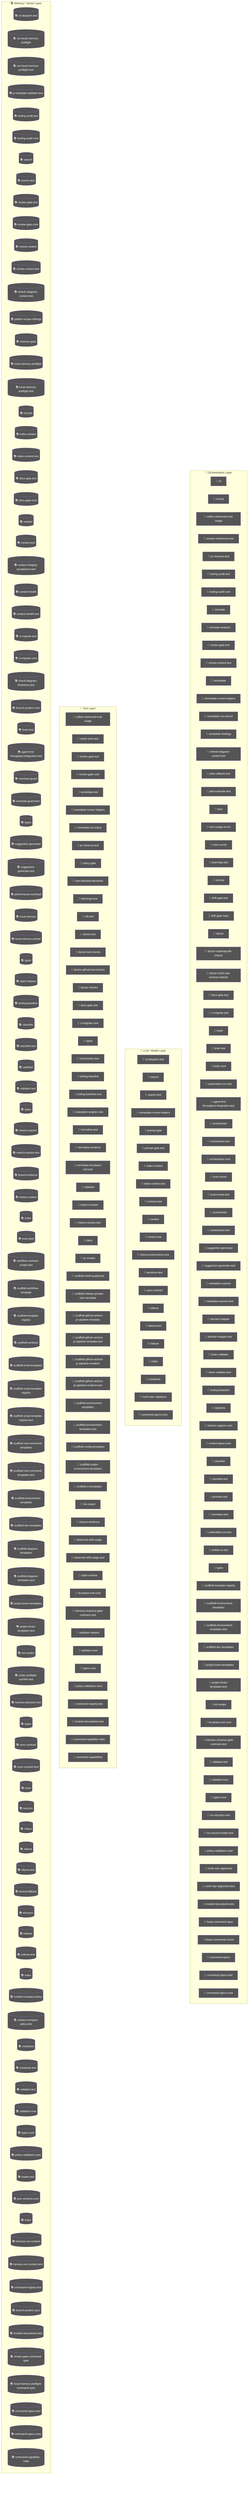
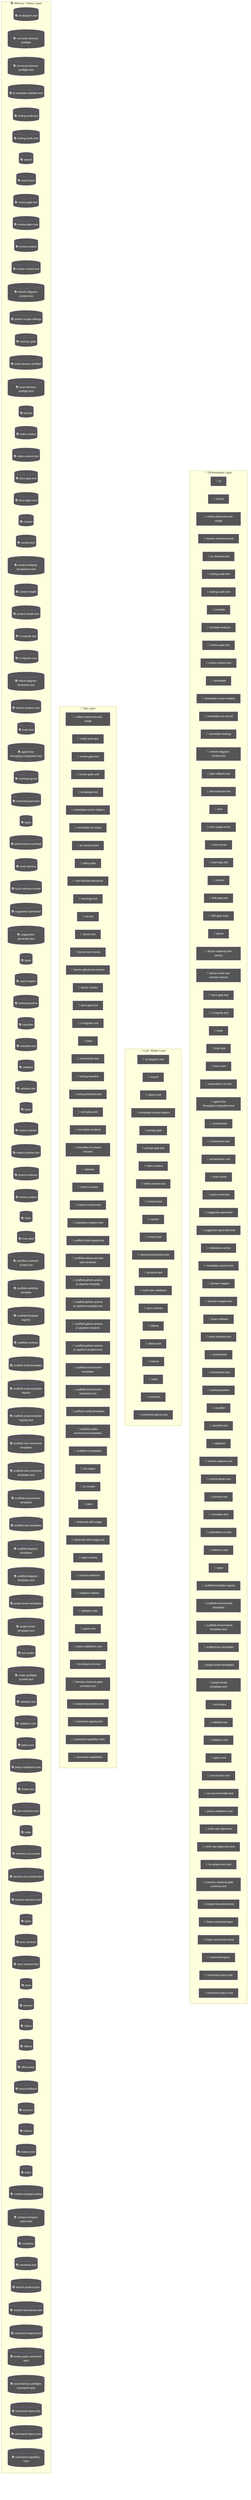
flowchart TD
  subgraph Orchestration["🎯 Orchestration Layer"]
    cli_99bb8840["🤖 cli"]
    cli_test_4851f28b["🤖 cli.test"]
    node_agent_mmd_orchestration_layer_orchestration_coll_37781291["🤖 collect-observed-eval-usage"]
    version_coherence_test_b81c6d8e["🤖 version-coherence.test"]
    pr_closeout_test_12a1ffdd["🤖 pr-closeout.test"]
    node_agent_mmd_orchestration_layer_orchestration_tool_5f9f8adf["🤖 tooling-audit.test"]
    node_agent_mmd_orchestration_layer_orchestration_tool_acfe0c01["🤖 tooling-audit-core"]
    simulate_b9efe395["🤖 simulate"]
    simulate_analysis_164a460c["🤖 simulate-analysis"]
    node_agent_mmd_orchestration_layer_orchestration_revi_ae9f100c["🤖 review-gate.test"]
    node_agent_mmd_orchestration_layer_orchestration_revi_84f25e5b["🤖 review-context.test"]
    remediate_06b9c7fc["🤖 remediate"]
    node_agent_mmd_orchestration_layer_orchestration_reme_359fe98f["🤖 remediate-runner-helpers"]
    remediate_run_record_9dfe5dc1["🤖 remediate-run-record"]
    remediate_findings_8b09c8c6["🤖 remediate-findings"]
    node_agent_mmd_orchestration_layer_orchestration_refr_10a87984["🤖 refresh-diagram-context.test"]
    pilot_rollback_test_e61d5a2b["🤖 pilot-rollback.test"]
    pilot_evaluate_test_a2ac06fc["🤖 pilot-evaluate.test"]
    next_c6c1c9a9["🤖 next"]
    next_usage_errors_837a345a["🤖 next-usage-errors"]
    next_runner_41643472["🤖 next-runner"]
    node_agent_mmd_orchestration_layer_orchestration_lear_5a2a5b08["🤖 learnings.test"]
    node_agent_mmd_orchestration_layer_orchestration_init_daf6ae1b["🤖 init.test"]
    drift_gate_test_816765e3["🤖 drift-gate.test"]
    drift_gate_rules_9685e72d["🤖 drift-gate-rules"]
    doctor_72f4be89["🤖 doctor"]
    doctor_roadmap_file_checks_14447b8e["🤖 doctor-roadmap-file-checks"]
    doctor_north_star_contract_checks_0048124c["🤖 doctor-north-star-contract-checks"]
    node_agent_mmd_orchestration_layer_orchestration_docs_22c7ae60["🤖 docs-gate.test"]
    node_agent_mmd_orchestration_layer_orchestration_ci_m_a6704d8b["🤖 ci-migrate.test"]
    brain_bbbf7a64["🤖 brain"]
    node_agent_mmd_orchestration_layer_orchestration_brai_9c019b6e["🤖 brain.test"]
    brain_core_aa07c380["🤖 brain-core"]
    automation_run_test_7b21d905["🤖 automation-run.test"]
    node_agent_mmd_orchestration_layer_orchestration_agen_eb715f44["🤖 agent-first-throughput.integration.test"]
    orchestrator_11376b7e["🤖 orchestrator"]
    orchestrator_test_18d2fe26["🤖 orchestrator.test"]
    orchestrator_core_d0678b53["🤖 orchestrator-core"]
    eval_runner_0966a6b3["🤖 eval-runner"]
    eval_runner_test_962c8c18["🤖 eval-runner.test"]
-     orchestrator_1_6b7137c5["🤖 orchestrator"]
-     node_agent_mmd_orchestration_layer_orchestration_orch_af4e7416["🤖 orchestrator.test"]
    node_agent_mmd_orchestration_layer_orchestration_sugg_85c5ebe3["🤖 suggestion-generator"]
    node_agent_mmd_orchestration_layer_orchestration_sugg_d0ad9d8e["🤖 suggestion-generator.test"]
    metadata_scanner_6a101b66["🤖 metadata-scanner"]
    metadata_scanner_test_faee743d["🤖 metadata-scanner.test"]
    domain_mapper_cd9333d2["🤖 domain-mapper"]
    domain_mapper_test_dc5a9896["🤖 domain-mapper.test"]
    brain_validator_be251832["🤖 brain-validator"]
    brain_validator_test_5e40cb72["🤖 brain-validator.test"]
+     orchestrator_1_6b7137c5["🤖 orchestrator"]
+     node_agent_mmd_orchestration_layer_orchestration_orch_af4e7416["🤖 orchestrator.test"]
    node_agent_mmd_orchestration_layer_orchestration_tool_cc43149f["🤖 tooling-baseline"]
+     node_agent_mmd_orchestration_layer_orchestration_clas_899b821a["🤖 classifier"]
+     node_agent_mmd_orchestration_layer_orchestration_clas_402e0b3f["🤖 classifier.test"]
    registries_06402afa["🤖 registries"]
    metrics_capture_core_db4bf7cf["🤖 metrics-capture-core"]
    control_plane_core_db3b4cb2["🤖 control-plane-core"]
-     node_agent_mmd_orchestration_layer_orchestration_clas_899b821a["🤖 classifier"]
-     node_agent_mmd_orchestration_layer_orchestration_clas_402e0b3f["🤖 classifier.test"]
    promote_test_5c615269["🤖 promote.test"]
    normalise_test_1_6643dd83["🤖 normalise.test"]
    coderabbit_csv_test_1f36d0a4["🤖 coderabbit-csv.test"]
    artifact_io_test_aac02da3["🤖 artifact-io.test"]
-     types_16_0fae1112["🤖 types"]
+     types_14_fe7507be["🤖 types"]
    node_agent_mmd_orchestration_layer_orchestration_scaf_ff8f92f6["🤖 scaffold-template-registry"]
    node_agent_mmd_orchestration_layer_orchestration_scaf_c9a90c2f["🤖 scaffold-environment-templates"]
    node_agent_mmd_orchestration_layer_orchestration_scaf_78d57a93["🤖 scaffold-environment-templates.test"]
    node_agent_mmd_orchestration_layer_orchestration_scaf_12cc07db["🤖 scaffold-doc-templates"]
    node_agent_mmd_orchestration_layer_orchestration_proj_6ab6f60f["🤖 project-brain-templates"]
    node_agent_mmd_orchestration_layer_orchestration_proj_d78b2f4f["🤖 project-brain-templates.test"]
    node_agent_mmd_orchestration_layer_orchestration_init_2a9c3ecb["🤖 init-modes"]
-     node_agent_mmd_orchestration_layer_orchestration_he_p_fc778c24["🤖 he-phase-exit-core"]
-     node_agent_mmd_orchestration_layer_orchestration_harn_7761fad1["🤖 harness-closeout-gate-contracts.test"]
    node_agent_mmd_orchestration_layer_orchestration_vali_a3b17e45["🤖 validator.test"]
    node_agent_mmd_orchestration_layer_orchestration_vali_d9fe99e6["🤖 validator-core"]
    node_agent_mmd_orchestration_layer_orchestration_type_7cf81261["🤖 types-core"]
    run_records_core_89286dfa["🤖 run-records-core"]
    run_record_emitter_test_5475c0da["🤖 run-record-emitter.test"]
    node_agent_mmd_orchestration_layer_orchestration_poli_3270b55d["🤖 policy-validators-core"]
    north_star_alignment_00440188["🤖 north-star-alignment"]
    north_star_alignment_test_3ae1d69b["🤖 north-star-alignment.test"]
+     node_agent_mmd_orchestration_layer_orchestration_he_p_fc778c24["🤖 he-phase-exit-core"]
+     node_agent_mmd_orchestration_layer_orchestration_harn_7761fad1["🤖 harness-closeout-gate-contracts.test"]
    node_agent_mmd_orchestration_layer_orchestration_modu_72373e29["🤖 module-boundaries.test"]
    linear_command_spec_1e12dd44["🤖 linear-command-spec"]
    linear_command_runner_4a740dfc["🤖 linear-command-runner"]
    command_specs_69167c63["🤖 command-specs"]
    node_agent_mmd_orchestration_layer_orchestration_comm_a137ef0a["🤖 command-specs.test"]
    node_agent_mmd_orchestration_layer_orchestration_comm_1f8cc24c["🤖 command-specs-core"]
  end
  subgraph LLMLayer["🧠 LLM / Model Layer"]
    node_agent_mmd_llm_model_layer_llmlayer_cli_dispatch__7ecbc6e7["💡 cli-dispatch.test"]
    node_agent_mmd_llm_model_layer_llmlayer_search_search_66b9a911["💡 search"]
    node_agent_mmd_llm_model_layer_llmlayer_search_test_s_72d50705["💡 search.test"]
    node_agent_mmd_llm_model_layer_llmlayer_remediate_run_9e3d4585["💡 remediate-runner-helpers"]
    prompt_gate_c5e9d207["💡 prompt-gate"]
    prompt_gate_test_1a442b27["💡 prompt-gate.test"]
    node_agent_mmd_llm_model_layer_llmlayer_index_context_1041bd11["💡 index-context"]
    node_agent_mmd_llm_model_layer_llmlayer_index_context_7e927b45["💡 index-context.test"]
    contract_test_2262847f["💡 contract.test"]
    node_agent_mmd_llm_model_layer_llmlayer_context_conte_ad2dfbd9["💡 context"]
    node_agent_mmd_llm_model_layer_llmlayer_context_test__32277db3["💡 context.test"]
    check_environment_core_2c16213f["💡 check-environment-core"]
    sensitive_text_7c11f760["💡 sensitive-text"]
+     north_star_validators_cfc926ce["💡 north-star-validators"]
    node_agent_mmd_llm_model_layer_llmlayer_sync_contract_9f3cc8c1["💡 sync-contract"]
    node_agent_mmd_llm_model_layer_llmlayer_ollama_ollama_968b23fa["💡 ollama"]
    node_agent_mmd_llm_model_layer_llmlayer_ollama_test_o_d62a0b5a["💡 ollama.test"]
    node_agent_mmd_llm_model_layer_llmlayer_indexer_index_4f4deef5["💡 indexer"]
    node_agent_mmd_llm_model_layer_llmlayer_index_index_1_02e160ff["💡 index"]
    node_agent_mmd_llm_model_layer_llmlayer_constants_con_c9bd3f6c["💡 constants"]
-     north_star_validators_cfc926ce["💡 north-star-validators"]
    node_agent_mmd_llm_model_layer_llmlayer_command_specs_782af9fa["💡 command-specs-core"]
  end
  subgraph ToolLayer["🔧 Tool Layer"]
    node_agent_mmd_tool_layer_toollayer_collect_observed__f30f627d["🔧 collect-observed-eval-usage"]
    verify_work_test_0e12f6c5["🔧 verify-work.test"]
    node_agent_mmd_tool_layer_toollayer_review_gate_test__548e6c28["🔧 review-gate.test"]
    node_agent_mmd_tool_layer_toollayer_review_gate_core__7704598b["🔧 review-gate-core"]
    remediate_test_6f59cafe["🔧 remediate.test"]
    node_agent_mmd_tool_layer_toollayer_remediate_runner__c003b871["🔧 remediate-runner-helpers"]
    remediate_cli_output_cc165396["🔧 remediate-cli-output"]
    pr_closeout_test_1_be1a0df1["🔧 pr-closeout.test"]
    policy_gate_213f7313["🔧 policy-gate"]
    next_blocked_decisions_4140ad2b["🔧 next-blocked-decisions"]
    node_agent_mmd_tool_layer_toollayer_learnings_test_le_d61f175f["🔧 learnings.test"]
    node_agent_mmd_tool_layer_toollayer_init_test_init_te_ae014ee3["🔧 init.test"]
    doctor_test_e032e8b5["🔧 doctor.test"]
    doctor_tool_checks_4acac51a["🔧 doctor-tool-checks"]
    doctor_github_tool_checks_a53b0382["🔧 doctor-github-tool-checks"]
    doctor_checks_5a2eb2b9["🔧 doctor-checks"]
    node_agent_mmd_tool_layer_toollayer_docs_gate_test_do_ca0c4c21["🔧 docs-gate.test"]
    node_agent_mmd_tool_layer_toollayer_ci_migrate_core_c_049f8460["🔧 ci-migrate-core"]
-     types_1_4ecdf56e["🔧 types"]
+     types_4_822d0f88["🔧 types"]
    node_agent_mmd_tool_layer_toollayer_orchestrator_test_b563c528["🔧 orchestrator.test"]
    node_agent_mmd_tool_layer_toollayer_tooling_baseline__61e66e9f["🔧 tooling-baseline"]
    tooling_baseline_test_d272ddb6["🔧 tooling-baseline.test"]
-     evaluation_engine_core_e054fe49["🔧 evaluation-engine-core"]
    normalise_test_73e8a615["🔧 normalise.test"]
    normalise_renderer_85f2e563["🔧 normalise-renderer"]
    normalise_he_phase_exit_test_1788efc4["🔧 normalise-he-phase-exit.test"]
    node_agent_mmd_tool_layer_toollayer_validator_validat_96a84a52["🔧 validator"]
    node_agent_mmd_tool_layer_toollayer_metrics_tracker_m_4c9237d8["🔧 metrics-tracker"]
    node_agent_mmd_tool_layer_toollayer_metrics_tracker_t_8947b778["🔧 metrics-tracker.test"]
-     client_1_914e1681["🔧 client"]
-     pr_creator_dc6b1ea4["🔧 pr-creator"]
+     evaluation_engine_core_e054fe49["🔧 evaluation-engine-core"]
    scaffold_shell_quality_test_79567d03["🔧 scaffold-shell-quality.test"]
    scaffold_release_private_npm_template_075499f8["🔧 scaffold-release-private-npm-template"]
    scaffold_github_actions_pr_pipeline_template_e2b85f62["🔧 scaffold-github-actions-pr-pipeline-template"]
    scaffold_github_actions_pr_pipeline_template_test_be464a7b["🔧 scaffold-github-actions-pr-pipeline-template.test"]
    scaffold_github_actions_pr_pipeline_renderer_1ee18de5["🔧 scaffold-github-actions-pr-pipeline-renderer"]
    scaffold_github_actions_pr_pipeline_renderer_test_2cc38272["🔧 scaffold-github-actions-pr-pipeline-renderer.test"]
    node_agent_mmd_tool_layer_toollayer_scaffold_environm_c1afc013["🔧 scaffold-environment-templates"]
    node_agent_mmd_tool_layer_toollayer_scaffold_environm_1a8f8168["🔧 scaffold-environment-templates.test"]
    scaffold_config_templates_4b80ce53["🔧 scaffold-config-templates"]
    scaffold_codex_environment_templates_334fbbed["🔧 scaffold-codex-environment-templates"]
    scaffold_ci_templates_2afd6392["🔧 scaffold-ci-templates"]
    init_output_360dce91["🔧 init-output"]
-     closure_evidence_aaa31467["🔧 closure-evidence"]
+     pr_creator_dc6b1ea4["🔧 pr-creator"]
+     client_1_914e1681["🔧 client"]
    observed_skill_usage_ed7d5930["🔧 observed-skill-usage"]
    observed_skill_usage_test_311c215a["🔧 observed-skill-usage.test"]
    ralph_runtime_73d63c0e["🔧 ralph-runtime"]
-     node_agent_mmd_tool_layer_toollayer_he_phase_exit_cor_af016160["🔧 he-phase-exit-core"]
-     node_agent_mmd_tool_layer_toollayer_harness_closeout__df9d1dab["🔧 harness-closeout-gate-contracts.test"]
+     closure_evidence_aaa31467["🔧 closure-evidence"]
    validator_helpers_7b927667["🔧 validator-helpers"]
    node_agent_mmd_tool_layer_toollayer_validator_core_va_6ef6131f["🔧 validator-core"]
    node_agent_mmd_tool_layer_toollayer_types_core_types__6c8319b6["🔧 types-core"]
    node_agent_mmd_tool_layer_toollayer_policy_validators_af136abf["🔧 policy-validators-core"]
+     node_agent_mmd_tool_layer_toollayer_he_phase_exit_cor_af016160["🔧 he-phase-exit-core"]
+     node_agent_mmd_tool_layer_toollayer_harness_closeout__df9d1dab["🔧 harness-closeout-gate-contracts.test"]
+     node_agent_mmd_tool_layer_toollayer_module_boundaries_fecf90b5["🔧 module-boundaries.test"]
    node_agent_mmd_tool_layer_toollayer_command_registry__cce57abe["🔧 command-registry.test"]
-     node_agent_mmd_tool_layer_toollayer_module_boundaries_fecf90b5["🔧 module-boundaries.test"]
    node_agent_mmd_tool_layer_toollayer_command_capabilit_e97a4615["🔧 command-capability-rules"]
    command_capabilities_a4d5c71e["🔧 command-capabilities"]
  end
  subgraph MemoryLayer["📚 Memory / Vector Layer"]
    node_agent_mmd_memory_vector_layer_memorylayer_cli_di_c121353b[("📚 cli-dispatch.test")]
    run_local_memory_preflight_36e92808[("📚 run-local-memory-preflight")]
    run_local_memory_preflight_test_1d7c5aa0[("📚 run-local-memory-preflight.test")]
    pr_template_validator_test_569b1cef[("📚 pr-template-validator.test")]
    node_agent_mmd_memory_vector_layer_memorylayer_toolin_48be0fc9[("📚 tooling-audit.test")]
    node_agent_mmd_memory_vector_layer_memorylayer_toolin_a1185b8f[("📚 tooling-audit-core")]
    node_agent_mmd_memory_vector_layer_memorylayer_search_ac35cb7e[("📚 search")]
    node_agent_mmd_memory_vector_layer_memorylayer_search_ebbe6c53[("📚 search.test")]
    node_agent_mmd_memory_vector_layer_memorylayer_review_e0e0b257[("📚 review-gate.test")]
    node_agent_mmd_memory_vector_layer_memorylayer_review_5bee9816[("📚 review-gate-core")]
    review_context_ca6cf81d[("📚 review-context")]
    node_agent_mmd_memory_vector_layer_memorylayer_review_3255d3cf[("📚 review-context.test")]
    node_agent_mmd_memory_vector_layer_memorylayer_refres_b1a0f415[("📚 refresh-diagram-context.test")]
    pattern_scope_siblings_43abe000[("📚 pattern-scope-siblings")]
    memory_gate_a577a506[("📚 memory-gate")]
    local_memory_preflight_dcc36c42[("📚 local-memory-preflight")]
    local_memory_preflight_test_5e323bbf[("📚 local-memory-preflight.test")]
    node_agent_mmd_memory_vector_layer_memorylayer_init_t_bac0fb9d[("📚 init.test")]
    node_agent_mmd_memory_vector_layer_memorylayer_index__6f3402d0[("📚 index-context")]
    node_agent_mmd_memory_vector_layer_memorylayer_index__46fc46d7[("📚 index-context.test")]
    node_agent_mmd_memory_vector_layer_memorylayer_docs_g_2ab7a620[("📚 docs-gate.test")]
    docs_gate_core_eb9b6c18[("📚 docs-gate-core")]
    node_agent_mmd_memory_vector_layer_memorylayer_contex_78ceaaa9[("📚 context")]
    node_agent_mmd_memory_vector_layer_memorylayer_contex_4e7cab00[("📚 context.test")]
    context_integrity_acceptance_test_59f961b1[("📚 context-integrity-acceptance.test")]
    context_health_80bb7da9[("📚 context-health")]
    context_health_test_3b5b87f3[("📚 context-health.test")]
    node_agent_mmd_memory_vector_layer_memorylayer_ci_mig_df76706f[("📚 ci-migrate.test")]
    node_agent_mmd_memory_vector_layer_memorylayer_ci_mig_0cd5b1a4[("📚 ci-migrate-core")]
    check_diagram_freshness_test_c1dc40aa[("📚 check-diagram-freshness.test")]
    branch_protect_core_a8feb0fd[("📚 branch-protect-core")]
    node_agent_mmd_memory_vector_layer_memorylayer_brain__80b5ea48[("📚 brain.test")]
    node_agent_mmd_memory_vector_layer_memorylayer_agent__6f084ab8[("📚 agent-first-throughput.integration.test")]
    overload_guard_2748c559[("📚 overload-guard")]
    overload_guard_test_6ece9f86[("📚 overload-guard.test")]
-     types_3_9675d69b[("📚 types")]
-     node_agent_mmd_memory_vector_layer_memorylayer_sugges_267f408d[("📚 suggestion-generator")]
-     node_agent_mmd_memory_vector_layer_memorylayer_sugges_b043d150[("📚 suggestion-generator.test")]
+     types_2_d9bc6e7a[("📚 types")]
    performance_overload_c685bfcf[("📚 performance-overload")]
    local_memory_0db17ecc[("📚 local-memory")]
    local_memory_smoke_1175abfc[("📚 local-memory-smoke")]
-     types_8_f6283648[("📚 types")]
+     node_agent_mmd_memory_vector_layer_memorylayer_sugges_267f408d[("📚 suggestion-generator")]
+     node_agent_mmd_memory_vector_layer_memorylayer_sugges_b043d150[("📚 suggestion-generator.test")]
+     types_7_2f1ed65e[("📚 types")]
    claim_helpers_20dc8387[("📚 claim-helpers")]
    node_agent_mmd_memory_vector_layer_memorylayer_toolin_14f86b00[("📚 tooling-baseline")]
    node_agent_mmd_memory_vector_layer_memorylayer_classi_1ebbf5ff[("📚 classifier")]
    node_agent_mmd_memory_vector_layer_memorylayer_classi_58e617e7[("📚 classifier.test")]
    node_agent_mmd_memory_vector_layer_memorylayer_valida_1b167f63[("📚 validator")]
    validator_test_1_c5015ca0[("📚 validator.test")]
-     types_12_2b09659a[("📚 types")]
+     types_11_4be3ee64[("📚 types")]
    node_agent_mmd_memory_vector_layer_memorylayer_metric_12562178[("📚 metrics-tracker")]
    node_agent_mmd_memory_vector_layer_memorylayer_metric_74129788[("📚 metrics-tracker.test")]
    branch_enforcer_acb749cd[("📚 branch-enforcer")]
    review_context_1_e3afed15[("📚 review-context")]
    index_2_10143590[("📚 index")]
    eval_seed_5699fd3e[("📚 eval-seed")]
    workflow_contract_scripts_test_681e2e3c[("📚 workflow-contract-scripts.test")]
    scaffold_workflow_template_92310587[("📚 scaffold-workflow-template")]
    node_agent_mmd_memory_vector_layer_memorylayer_scaffo_a86eece1[("📚 scaffold-template-registry")]
    scaffold_surfaces_12d6494e[("📚 scaffold-surfaces")]
    scaffold_shell_templates_0ad0f915[("📚 scaffold-shell-templates")]
    scaffold_script_template_registry_69312d4e[("📚 scaffold-script-template-registry")]
    scaffold_script_template_registry_test_6a8ebefe[("📚 scaffold-script-template-registry.test")]
    scaffold_root_command_templates_404fed7f[("📚 scaffold-root-command-templates")]
    scaffold_root_command_templates_test_14596939[("📚 scaffold-root-command-templates.test")]
    node_agent_mmd_memory_vector_layer_memorylayer_scaffo_12b42341[("📚 scaffold-environment-templates")]
    node_agent_mmd_memory_vector_layer_memorylayer_scaffo_5fd73b94[("📚 scaffold-doc-templates")]
    scaffold_diagram_templates_dd88e83c[("📚 scaffold-diagram-templates")]
    scaffold_diagram_templates_test_f3774c28[("📚 scaffold-diagram-templates.test")]
    node_agent_mmd_memory_vector_layer_memorylayer_projec_3ae304d9[("📚 project-brain-templates")]
    node_agent_mmd_memory_vector_layer_memorylayer_projec_6048335b[("📚 project-brain-templates.test")]
    node_agent_mmd_memory_vector_layer_memorylayer_init_m_333d02c5[("📚 init-modes")]
    codex_preflight_symlink_test_037558db[("📚 codex-preflight-symlink.test")]
+     node_agent_mmd_memory_vector_layer_memorylayer_valida_caacfcdf[("📚 validator.test")]
+     node_agent_mmd_memory_vector_layer_memorylayer_valida_41034356[("📚 validator-core")]
+     node_agent_mmd_memory_vector_layer_memorylayer_types__83f369fa[("📚 types-core")]
+     node_agent_mmd_memory_vector_layer_memorylayer_policy_1944de42[("📚 policy-validators-core")]
+     loader_test_03424671[("📚 loader.test")]
+     json_schema_core_96d7e328[("📚 json-schema-core")]
+     index_5_522f772a[("📚 index")]
+     harness_run_context_ac7c77a9[("📚 harness-run-context")]
+     harness_run_context_test_c6937fed[("📚 harness-run-context.test")]
    harness_decision_test_7e5a4fe5[("📚 harness-decision.test")]
-     types_18_37582e2a[("📚 types")]
+     types_19_eb4ad5f0[("📚 types")]
    node_agent_mmd_memory_vector_layer_memorylayer_sync_c_e43418bc[("📚 sync-contract")]
    sync_contract_test_5dc3165c[("📚 sync-contract.test")]
    store_824d80d7[("📚 store")]
    sources_1_e133d97d[("📚 sources")]
    rollout_a4fa034c[("📚 rollout")]
    node_agent_mmd_memory_vector_layer_memorylayer_ollama_6d51be16[("📚 ollama")]
    node_agent_mmd_memory_vector_layer_memorylayer_ollama_d800c0c4[("📚 ollama.test")]
    lexical_fallback_723e2b3e[("📚 lexical-fallback")]
    init_error_5c7dd49f[("📚 init-error")]
    node_agent_mmd_memory_vector_layer_memorylayer_indexe_93e6d86f[("📚 indexer")]
    indexer_test_d492f0aa[("📚 indexer.test")]
    node_agent_mmd_memory_vector_layer_memorylayer_index__752bc61e[("📚 index")]
    context_compact_policy_3dcaf95d[("📚 context-compact-policy")]
    context_compact_policy_test_da148267[("📚 context-compact-policy.test")]
    node_agent_mmd_memory_vector_layer_memorylayer_consta_702d3f46[("📚 constants")]
    constants_test_5492ae98[("📚 constants.test")]
-     node_agent_mmd_memory_vector_layer_memorylayer_valida_caacfcdf[("📚 validator.test")]
-     node_agent_mmd_memory_vector_layer_memorylayer_valida_41034356[("📚 validator-core")]
-     node_agent_mmd_memory_vector_layer_memorylayer_types__83f369fa[("📚 types-core")]
-     node_agent_mmd_memory_vector_layer_memorylayer_policy_1944de42[("📚 policy-validators-core")]
-     loader_test_03424671[("📚 loader.test")]
-     json_schema_core_96d7e328[("📚 json-schema-core")]
-     index_6_fc9e91e2[("📚 index")]
-     harness_run_context_ac7c77a9[("📚 harness-run-context")]
-     harness_run_context_test_c6937fed[("📚 harness-run-context.test")]
-     node_agent_mmd_memory_vector_layer_memorylayer_comman_362247bb[("📚 command-registry.test")]
    branch_protect_sync_570adb18[("📚 branch-protect-sync")]
    node_agent_mmd_memory_vector_layer_memorylayer_module_9bfd18b1[("📚 module-boundaries.test")]
+     node_agent_mmd_memory_vector_layer_memorylayer_comman_362247bb[("📚 command-registry.test")]
    review_gate_command_spec_3187376a[("📚 review-gate-command-spec")]
    local_memory_preflight_command_spec_9e23f3ce[("📚 local-memory-preflight-command-spec")]
    node_agent_mmd_memory_vector_layer_memorylayer_comman_d36d1650[("📚 command-specs.test")]
    node_agent_mmd_memory_vector_layer_memorylayer_comman_111eb454[("📚 command-specs-core")]
    node_agent_mmd_memory_vector_layer_memorylayer_comman_c72a5d05[("📚 command-capability-rules")]
  end
  classDef agentNode fill:#555,color:#fff
-   class cli_99bb8840,cli_test_4851f28b,node_agent_mmd_orchestration_layer_orchestration_coll_37781291,node_agent_mmd_tool_layer_toollayer_collect_observed__f30f627d,version_coherence_test_b81c6d8e,pr_closeout_test_12a1ffdd,node_agent_mmd_orchestration_layer_orchestration_tool_5f9f8adf,node_agent_mmd_memory_vector_layer_memorylayer_toolin_48be0fc9,node_agent_mmd_orchestration_layer_orchestration_tool_acfe0c01,node_agent_mmd_memory_vector_layer_memorylayer_toolin_a1185b8f,simulate_b9efe395,simulate_analysis_164a460c,node_agent_mmd_orchestration_layer_orchestration_revi_ae9f100c,node_agent_mmd_tool_layer_toollayer_review_gate_test__548e6c28,node_agent_mmd_memory_vector_layer_memorylayer_review_e0e0b257,node_agent_mmd_orchestration_layer_orchestration_revi_84f25e5b,node_agent_mmd_memory_vector_layer_memorylayer_review_3255d3cf,remediate_06b9c7fc,node_agent_mmd_orchestration_layer_orchestration_reme_359fe98f,node_agent_mmd_llm_model_layer_llmlayer_remediate_run_9e3d4585,node_agent_mmd_tool_layer_toollayer_remediate_runner__c003b871,remediate_run_record_9dfe5dc1,remediate_findings_8b09c8c6,node_agent_mmd_orchestration_layer_orchestration_refr_10a87984,node_agent_mmd_memory_vector_layer_memorylayer_refres_b1a0f415,pilot_rollback_test_e61d5a2b,pilot_evaluate_test_a2ac06fc,next_c6c1c9a9,next_usage_errors_837a345a,next_runner_41643472,node_agent_mmd_orchestration_layer_orchestration_lear_5a2a5b08,node_agent_mmd_tool_layer_toollayer_learnings_test_le_d61f175f,node_agent_mmd_orchestration_layer_orchestration_init_daf6ae1b,node_agent_mmd_tool_layer_toollayer_init_test_init_te_ae014ee3,node_agent_mmd_memory_vector_layer_memorylayer_init_t_bac0fb9d,drift_gate_test_816765e3,drift_gate_rules_9685e72d,doctor_72f4be89,doctor_roadmap_file_checks_14447b8e,doctor_north_star_contract_checks_0048124c,node_agent_mmd_orchestration_layer_orchestration_docs_22c7ae60,node_agent_mmd_tool_layer_toollayer_docs_gate_test_do_ca0c4c21,node_agent_mmd_memory_vector_layer_memorylayer_docs_g_2ab7a620,node_agent_mmd_orchestration_layer_orchestration_ci_m_a6704d8b,node_agent_mmd_memory_vector_layer_memorylayer_ci_mig_df76706f,brain_bbbf7a64,node_agent_mmd_orchestration_layer_orchestration_brai_9c019b6e,node_agent_mmd_memory_vector_layer_memorylayer_brain__80b5ea48,brain_core_aa07c380,automation_run_test_7b21d905,node_agent_mmd_orchestration_layer_orchestration_agen_eb715f44,node_agent_mmd_memory_vector_layer_memorylayer_agent__6f084ab8,orchestrator_11376b7e,orchestrator_test_18d2fe26,orchestrator_core_d0678b53,eval_runner_0966a6b3,eval_runner_test_962c8c18,orchestrator_1_6b7137c5,node_agent_mmd_orchestration_layer_orchestration_orch_af4e7416,node_agent_mmd_tool_layer_toollayer_orchestrator_test_b563c528,node_agent_mmd_orchestration_layer_orchestration_sugg_85c5ebe3,node_agent_mmd_memory_vector_layer_memorylayer_sugges_267f408d,node_agent_mmd_orchestration_layer_orchestration_sugg_d0ad9d8e,node_agent_mmd_memory_vector_layer_memorylayer_sugges_b043d150,metadata_scanner_6a101b66,metadata_scanner_test_faee743d,domain_mapper_cd9333d2,domain_mapper_test_dc5a9896,brain_validator_be251832,brain_validator_test_5e40cb72,node_agent_mmd_orchestration_layer_orchestration_tool_cc43149f,node_agent_mmd_tool_layer_toollayer_tooling_baseline__61e66e9f,node_agent_mmd_memory_vector_layer_memorylayer_toolin_14f86b00,registries_06402afa,metrics_capture_core_db4bf7cf,control_plane_core_db3b4cb2,node_agent_mmd_orchestration_layer_orchestration_clas_899b821a,node_agent_mmd_memory_vector_layer_memorylayer_classi_1ebbf5ff,node_agent_mmd_orchestration_layer_orchestration_clas_402e0b3f,node_agent_mmd_memory_vector_layer_memorylayer_classi_58e617e7,promote_test_5c615269,normalise_test_1_6643dd83,coderabbit_csv_test_1f36d0a4,artifact_io_test_aac02da3,types_16_0fae1112,node_agent_mmd_orchestration_layer_orchestration_scaf_ff8f92f6,node_agent_mmd_memory_vector_layer_memorylayer_scaffo_a86eece1,node_agent_mmd_orchestration_layer_orchestration_scaf_c9a90c2f,node_agent_mmd_tool_layer_toollayer_scaffold_environm_c1afc013,node_agent_mmd_memory_vector_layer_memorylayer_scaffo_12b42341,node_agent_mmd_orchestration_layer_orchestration_scaf_78d57a93,node_agent_mmd_tool_layer_toollayer_scaffold_environm_1a8f8168,node_agent_mmd_orchestration_layer_orchestration_scaf_12cc07db,node_agent_mmd_memory_vector_layer_memorylayer_scaffo_5fd73b94,node_agent_mmd_orchestration_layer_orchestration_proj_6ab6f60f,node_agent_mmd_memory_vector_layer_memorylayer_projec_3ae304d9,node_agent_mmd_orchestration_layer_orchestration_proj_d78b2f4f,node_agent_mmd_memory_vector_layer_memorylayer_projec_6048335b,node_agent_mmd_orchestration_layer_orchestration_init_2a9c3ecb,node_agent_mmd_memory_vector_layer_memorylayer_init_m_333d02c5,node_agent_mmd_orchestration_layer_orchestration_he_p_fc778c24,node_agent_mmd_tool_layer_toollayer_he_phase_exit_cor_af016160,node_agent_mmd_orchestration_layer_orchestration_harn_7761fad1,node_agent_mmd_tool_layer_toollayer_harness_closeout__df9d1dab,node_agent_mmd_orchestration_layer_orchestration_vali_a3b17e45,node_agent_mmd_memory_vector_layer_memorylayer_valida_caacfcdf,node_agent_mmd_orchestration_layer_orchestration_vali_d9fe99e6,node_agent_mmd_tool_layer_toollayer_validator_core_va_6ef6131f,node_agent_mmd_memory_vector_layer_memorylayer_valida_41034356,node_agent_mmd_orchestration_layer_orchestration_type_7cf81261,node_agent_mmd_tool_layer_toollayer_types_core_types__6c8319b6,node_agent_mmd_memory_vector_layer_memorylayer_types__83f369fa,run_records_core_89286dfa,run_record_emitter_test_5475c0da,node_agent_mmd_orchestration_layer_orchestration_poli_3270b55d,node_agent_mmd_tool_layer_toollayer_policy_validators_af136abf,node_agent_mmd_memory_vector_layer_memorylayer_policy_1944de42,north_star_alignment_00440188,north_star_alignment_test_3ae1d69b,node_agent_mmd_orchestration_layer_orchestration_modu_72373e29,node_agent_mmd_tool_layer_toollayer_module_boundaries_fecf90b5,node_agent_mmd_memory_vector_layer_memorylayer_module_9bfd18b1,linear_command_spec_1e12dd44,linear_command_runner_4a740dfc,command_specs_69167c63,node_agent_mmd_orchestration_layer_orchestration_comm_a137ef0a,node_agent_mmd_memory_vector_layer_memorylayer_comman_d36d1650,node_agent_mmd_orchestration_layer_orchestration_comm_1f8cc24c,node_agent_mmd_llm_model_layer_llmlayer_command_specs_782af9fa,node_agent_mmd_memory_vector_layer_memorylayer_comman_111eb454 agentNode
+   class cli_99bb8840,cli_test_4851f28b,node_agent_mmd_orchestration_layer_orchestration_coll_37781291,node_agent_mmd_tool_layer_toollayer_collect_observed__f30f627d,version_coherence_test_b81c6d8e,pr_closeout_test_12a1ffdd,node_agent_mmd_orchestration_layer_orchestration_tool_5f9f8adf,node_agent_mmd_memory_vector_layer_memorylayer_toolin_48be0fc9,node_agent_mmd_orchestration_layer_orchestration_tool_acfe0c01,node_agent_mmd_memory_vector_layer_memorylayer_toolin_a1185b8f,simulate_b9efe395,simulate_analysis_164a460c,node_agent_mmd_orchestration_layer_orchestration_revi_ae9f100c,node_agent_mmd_tool_layer_toollayer_review_gate_test__548e6c28,node_agent_mmd_memory_vector_layer_memorylayer_review_e0e0b257,node_agent_mmd_orchestration_layer_orchestration_revi_84f25e5b,node_agent_mmd_memory_vector_layer_memorylayer_review_3255d3cf,remediate_06b9c7fc,node_agent_mmd_orchestration_layer_orchestration_reme_359fe98f,node_agent_mmd_llm_model_layer_llmlayer_remediate_run_9e3d4585,node_agent_mmd_tool_layer_toollayer_remediate_runner__c003b871,remediate_run_record_9dfe5dc1,remediate_findings_8b09c8c6,node_agent_mmd_orchestration_layer_orchestration_refr_10a87984,node_agent_mmd_memory_vector_layer_memorylayer_refres_b1a0f415,pilot_rollback_test_e61d5a2b,pilot_evaluate_test_a2ac06fc,next_c6c1c9a9,next_usage_errors_837a345a,next_runner_41643472,node_agent_mmd_orchestration_layer_orchestration_lear_5a2a5b08,node_agent_mmd_tool_layer_toollayer_learnings_test_le_d61f175f,node_agent_mmd_orchestration_layer_orchestration_init_daf6ae1b,node_agent_mmd_tool_layer_toollayer_init_test_init_te_ae014ee3,node_agent_mmd_memory_vector_layer_memorylayer_init_t_bac0fb9d,drift_gate_test_816765e3,drift_gate_rules_9685e72d,doctor_72f4be89,doctor_roadmap_file_checks_14447b8e,doctor_north_star_contract_checks_0048124c,node_agent_mmd_orchestration_layer_orchestration_docs_22c7ae60,node_agent_mmd_tool_layer_toollayer_docs_gate_test_do_ca0c4c21,node_agent_mmd_memory_vector_layer_memorylayer_docs_g_2ab7a620,node_agent_mmd_orchestration_layer_orchestration_ci_m_a6704d8b,node_agent_mmd_memory_vector_layer_memorylayer_ci_mig_df76706f,brain_bbbf7a64,node_agent_mmd_orchestration_layer_orchestration_brai_9c019b6e,node_agent_mmd_memory_vector_layer_memorylayer_brain__80b5ea48,brain_core_aa07c380,automation_run_test_7b21d905,node_agent_mmd_orchestration_layer_orchestration_agen_eb715f44,node_agent_mmd_memory_vector_layer_memorylayer_agent__6f084ab8,orchestrator_11376b7e,orchestrator_test_18d2fe26,orchestrator_core_d0678b53,eval_runner_0966a6b3,eval_runner_test_962c8c18,node_agent_mmd_orchestration_layer_orchestration_sugg_85c5ebe3,node_agent_mmd_memory_vector_layer_memorylayer_sugges_267f408d,node_agent_mmd_orchestration_layer_orchestration_sugg_d0ad9d8e,node_agent_mmd_memory_vector_layer_memorylayer_sugges_b043d150,metadata_scanner_6a101b66,metadata_scanner_test_faee743d,domain_mapper_cd9333d2,domain_mapper_test_dc5a9896,brain_validator_be251832,brain_validator_test_5e40cb72,orchestrator_1_6b7137c5,node_agent_mmd_orchestration_layer_orchestration_orch_af4e7416,node_agent_mmd_tool_layer_toollayer_orchestrator_test_b563c528,node_agent_mmd_orchestration_layer_orchestration_tool_cc43149f,node_agent_mmd_tool_layer_toollayer_tooling_baseline__61e66e9f,node_agent_mmd_memory_vector_layer_memorylayer_toolin_14f86b00,node_agent_mmd_orchestration_layer_orchestration_clas_899b821a,node_agent_mmd_memory_vector_layer_memorylayer_classi_1ebbf5ff,node_agent_mmd_orchestration_layer_orchestration_clas_402e0b3f,node_agent_mmd_memory_vector_layer_memorylayer_classi_58e617e7,registries_06402afa,metrics_capture_core_db4bf7cf,control_plane_core_db3b4cb2,promote_test_5c615269,normalise_test_1_6643dd83,coderabbit_csv_test_1f36d0a4,artifact_io_test_aac02da3,types_14_fe7507be,node_agent_mmd_orchestration_layer_orchestration_scaf_ff8f92f6,node_agent_mmd_memory_vector_layer_memorylayer_scaffo_a86eece1,node_agent_mmd_orchestration_layer_orchestration_scaf_c9a90c2f,node_agent_mmd_tool_layer_toollayer_scaffold_environm_c1afc013,node_agent_mmd_memory_vector_layer_memorylayer_scaffo_12b42341,node_agent_mmd_orchestration_layer_orchestration_scaf_78d57a93,node_agent_mmd_tool_layer_toollayer_scaffold_environm_1a8f8168,node_agent_mmd_orchestration_layer_orchestration_scaf_12cc07db,node_agent_mmd_memory_vector_layer_memorylayer_scaffo_5fd73b94,node_agent_mmd_orchestration_layer_orchestration_proj_6ab6f60f,node_agent_mmd_memory_vector_layer_memorylayer_projec_3ae304d9,node_agent_mmd_orchestration_layer_orchestration_proj_d78b2f4f,node_agent_mmd_memory_vector_layer_memorylayer_projec_6048335b,node_agent_mmd_orchestration_layer_orchestration_init_2a9c3ecb,node_agent_mmd_memory_vector_layer_memorylayer_init_m_333d02c5,node_agent_mmd_orchestration_layer_orchestration_vali_a3b17e45,node_agent_mmd_memory_vector_layer_memorylayer_valida_caacfcdf,node_agent_mmd_orchestration_layer_orchestration_vali_d9fe99e6,node_agent_mmd_tool_layer_toollayer_validator_core_va_6ef6131f,node_agent_mmd_memory_vector_layer_memorylayer_valida_41034356,node_agent_mmd_orchestration_layer_orchestration_type_7cf81261,node_agent_mmd_tool_layer_toollayer_types_core_types__6c8319b6,node_agent_mmd_memory_vector_layer_memorylayer_types__83f369fa,run_records_core_89286dfa,run_record_emitter_test_5475c0da,node_agent_mmd_orchestration_layer_orchestration_poli_3270b55d,node_agent_mmd_tool_layer_toollayer_policy_validators_af136abf,node_agent_mmd_memory_vector_layer_memorylayer_policy_1944de42,north_star_alignment_00440188,north_star_alignment_test_3ae1d69b,node_agent_mmd_orchestration_layer_orchestration_he_p_fc778c24,node_agent_mmd_tool_layer_toollayer_he_phase_exit_cor_af016160,node_agent_mmd_orchestration_layer_orchestration_harn_7761fad1,node_agent_mmd_tool_layer_toollayer_harness_closeout__df9d1dab,node_agent_mmd_orchestration_layer_orchestration_modu_72373e29,node_agent_mmd_tool_layer_toollayer_module_boundaries_fecf90b5,node_agent_mmd_memory_vector_layer_memorylayer_module_9bfd18b1,linear_command_spec_1e12dd44,linear_command_runner_4a740dfc,command_specs_69167c63,node_agent_mmd_orchestration_layer_orchestration_comm_a137ef0a,node_agent_mmd_memory_vector_layer_memorylayer_comman_d36d1650,node_agent_mmd_orchestration_layer_orchestration_comm_1f8cc24c,node_agent_mmd_llm_model_layer_llmlayer_command_specs_782af9fa,node_agent_mmd_memory_vector_layer_memorylayer_comman_111eb454 agentNode
  classDef llmNode fill:#555,color:#fff
-   class node_agent_mmd_llm_model_layer_llmlayer_cli_dispatch__7ecbc6e7,node_agent_mmd_memory_vector_layer_memorylayer_cli_di_c121353b,node_agent_mmd_llm_model_layer_llmlayer_search_search_66b9a911,node_agent_mmd_memory_vector_layer_memorylayer_search_ac35cb7e,node_agent_mmd_llm_model_layer_llmlayer_search_test_s_72d50705,node_agent_mmd_memory_vector_layer_memorylayer_search_ebbe6c53,node_agent_mmd_orchestration_layer_orchestration_reme_359fe98f,node_agent_mmd_llm_model_layer_llmlayer_remediate_run_9e3d4585,node_agent_mmd_tool_layer_toollayer_remediate_runner__c003b871,prompt_gate_c5e9d207,prompt_gate_test_1a442b27,node_agent_mmd_llm_model_layer_llmlayer_index_context_1041bd11,node_agent_mmd_memory_vector_layer_memorylayer_index__6f3402d0,node_agent_mmd_llm_model_layer_llmlayer_index_context_7e927b45,node_agent_mmd_memory_vector_layer_memorylayer_index__46fc46d7,contract_test_2262847f,node_agent_mmd_llm_model_layer_llmlayer_context_conte_ad2dfbd9,node_agent_mmd_memory_vector_layer_memorylayer_contex_78ceaaa9,node_agent_mmd_llm_model_layer_llmlayer_context_test__32277db3,node_agent_mmd_memory_vector_layer_memorylayer_contex_4e7cab00,check_environment_core_2c16213f,sensitive_text_7c11f760,node_agent_mmd_llm_model_layer_llmlayer_sync_contract_9f3cc8c1,node_agent_mmd_memory_vector_layer_memorylayer_sync_c_e43418bc,node_agent_mmd_llm_model_layer_llmlayer_ollama_ollama_968b23fa,node_agent_mmd_memory_vector_layer_memorylayer_ollama_6d51be16,node_agent_mmd_llm_model_layer_llmlayer_ollama_test_o_d62a0b5a,node_agent_mmd_memory_vector_layer_memorylayer_ollama_d800c0c4,node_agent_mmd_llm_model_layer_llmlayer_indexer_index_4f4deef5,node_agent_mmd_memory_vector_layer_memorylayer_indexe_93e6d86f,node_agent_mmd_llm_model_layer_llmlayer_index_index_1_02e160ff,node_agent_mmd_memory_vector_layer_memorylayer_index__752bc61e,node_agent_mmd_llm_model_layer_llmlayer_constants_con_c9bd3f6c,node_agent_mmd_memory_vector_layer_memorylayer_consta_702d3f46,north_star_validators_cfc926ce,node_agent_mmd_orchestration_layer_orchestration_comm_1f8cc24c,node_agent_mmd_llm_model_layer_llmlayer_command_specs_782af9fa,node_agent_mmd_memory_vector_layer_memorylayer_comman_111eb454 llmNode
+   class node_agent_mmd_llm_model_layer_llmlayer_cli_dispatch__7ecbc6e7,node_agent_mmd_memory_vector_layer_memorylayer_cli_di_c121353b,node_agent_mmd_llm_model_layer_llmlayer_search_search_66b9a911,node_agent_mmd_memory_vector_layer_memorylayer_search_ac35cb7e,node_agent_mmd_llm_model_layer_llmlayer_search_test_s_72d50705,node_agent_mmd_memory_vector_layer_memorylayer_search_ebbe6c53,node_agent_mmd_orchestration_layer_orchestration_reme_359fe98f,node_agent_mmd_llm_model_layer_llmlayer_remediate_run_9e3d4585,node_agent_mmd_tool_layer_toollayer_remediate_runner__c003b871,prompt_gate_c5e9d207,prompt_gate_test_1a442b27,node_agent_mmd_llm_model_layer_llmlayer_index_context_1041bd11,node_agent_mmd_memory_vector_layer_memorylayer_index__6f3402d0,node_agent_mmd_llm_model_layer_llmlayer_index_context_7e927b45,node_agent_mmd_memory_vector_layer_memorylayer_index__46fc46d7,contract_test_2262847f,node_agent_mmd_llm_model_layer_llmlayer_context_conte_ad2dfbd9,node_agent_mmd_memory_vector_layer_memorylayer_contex_78ceaaa9,node_agent_mmd_llm_model_layer_llmlayer_context_test__32277db3,node_agent_mmd_memory_vector_layer_memorylayer_contex_4e7cab00,check_environment_core_2c16213f,sensitive_text_7c11f760,north_star_validators_cfc926ce,node_agent_mmd_llm_model_layer_llmlayer_sync_contract_9f3cc8c1,node_agent_mmd_memory_vector_layer_memorylayer_sync_c_e43418bc,node_agent_mmd_llm_model_layer_llmlayer_ollama_ollama_968b23fa,node_agent_mmd_memory_vector_layer_memorylayer_ollama_6d51be16,node_agent_mmd_llm_model_layer_llmlayer_ollama_test_o_d62a0b5a,node_agent_mmd_memory_vector_layer_memorylayer_ollama_d800c0c4,node_agent_mmd_llm_model_layer_llmlayer_indexer_index_4f4deef5,node_agent_mmd_memory_vector_layer_memorylayer_indexe_93e6d86f,node_agent_mmd_llm_model_layer_llmlayer_index_index_1_02e160ff,node_agent_mmd_memory_vector_layer_memorylayer_index__752bc61e,node_agent_mmd_llm_model_layer_llmlayer_constants_con_c9bd3f6c,node_agent_mmd_memory_vector_layer_memorylayer_consta_702d3f46,node_agent_mmd_orchestration_layer_orchestration_comm_1f8cc24c,node_agent_mmd_llm_model_layer_llmlayer_command_specs_782af9fa,node_agent_mmd_memory_vector_layer_memorylayer_comman_111eb454 llmNode
  classDef toolNode fill:#555,color:#fff
-   class node_agent_mmd_orchestration_layer_orchestration_coll_37781291,node_agent_mmd_tool_layer_toollayer_collect_observed__f30f627d,verify_work_test_0e12f6c5,node_agent_mmd_orchestration_layer_orchestration_revi_ae9f100c,node_agent_mmd_tool_layer_toollayer_review_gate_test__548e6c28,node_agent_mmd_memory_vector_layer_memorylayer_review_e0e0b257,node_agent_mmd_tool_layer_toollayer_review_gate_core__7704598b,node_agent_mmd_memory_vector_layer_memorylayer_review_5bee9816,remediate_test_6f59cafe,node_agent_mmd_orchestration_layer_orchestration_reme_359fe98f,node_agent_mmd_llm_model_layer_llmlayer_remediate_run_9e3d4585,node_agent_mmd_tool_layer_toollayer_remediate_runner__c003b871,remediate_cli_output_cc165396,pr_closeout_test_1_be1a0df1,policy_gate_213f7313,next_blocked_decisions_4140ad2b,node_agent_mmd_orchestration_layer_orchestration_lear_5a2a5b08,node_agent_mmd_tool_layer_toollayer_learnings_test_le_d61f175f,node_agent_mmd_orchestration_layer_orchestration_init_daf6ae1b,node_agent_mmd_tool_layer_toollayer_init_test_init_te_ae014ee3,node_agent_mmd_memory_vector_layer_memorylayer_init_t_bac0fb9d,doctor_test_e032e8b5,doctor_tool_checks_4acac51a,doctor_github_tool_checks_a53b0382,doctor_checks_5a2eb2b9,node_agent_mmd_orchestration_layer_orchestration_docs_22c7ae60,node_agent_mmd_tool_layer_toollayer_docs_gate_test_do_ca0c4c21,node_agent_mmd_memory_vector_layer_memorylayer_docs_g_2ab7a620,node_agent_mmd_tool_layer_toollayer_ci_migrate_core_c_049f8460,node_agent_mmd_memory_vector_layer_memorylayer_ci_mig_0cd5b1a4,types_1_4ecdf56e,node_agent_mmd_orchestration_layer_orchestration_orch_af4e7416,node_agent_mmd_tool_layer_toollayer_orchestrator_test_b563c528,node_agent_mmd_orchestration_layer_orchestration_tool_cc43149f,node_agent_mmd_tool_layer_toollayer_tooling_baseline__61e66e9f,node_agent_mmd_memory_vector_layer_memorylayer_toolin_14f86b00,tooling_baseline_test_d272ddb6,evaluation_engine_core_e054fe49,normalise_test_73e8a615,normalise_renderer_85f2e563,normalise_he_phase_exit_test_1788efc4,node_agent_mmd_tool_layer_toollayer_validator_validat_96a84a52,node_agent_mmd_memory_vector_layer_memorylayer_valida_1b167f63,node_agent_mmd_tool_layer_toollayer_metrics_tracker_m_4c9237d8,node_agent_mmd_memory_vector_layer_memorylayer_metric_12562178,node_agent_mmd_tool_layer_toollayer_metrics_tracker_t_8947b778,node_agent_mmd_memory_vector_layer_memorylayer_metric_74129788,client_1_914e1681,pr_creator_dc6b1ea4,scaffold_shell_quality_test_79567d03,scaffold_release_private_npm_template_075499f8,scaffold_github_actions_pr_pipeline_template_e2b85f62,scaffold_github_actions_pr_pipeline_template_test_be464a7b,scaffold_github_actions_pr_pipeline_renderer_1ee18de5,scaffold_github_actions_pr_pipeline_renderer_test_2cc38272,node_agent_mmd_orchestration_layer_orchestration_scaf_c9a90c2f,node_agent_mmd_tool_layer_toollayer_scaffold_environm_c1afc013,node_agent_mmd_memory_vector_layer_memorylayer_scaffo_12b42341,node_agent_mmd_orchestration_layer_orchestration_scaf_78d57a93,node_agent_mmd_tool_layer_toollayer_scaffold_environm_1a8f8168,scaffold_config_templates_4b80ce53,scaffold_codex_environment_templates_334fbbed,scaffold_ci_templates_2afd6392,init_output_360dce91,closure_evidence_aaa31467,observed_skill_usage_ed7d5930,observed_skill_usage_test_311c215a,ralph_runtime_73d63c0e,node_agent_mmd_orchestration_layer_orchestration_he_p_fc778c24,node_agent_mmd_tool_layer_toollayer_he_phase_exit_cor_af016160,node_agent_mmd_orchestration_layer_orchestration_harn_7761fad1,node_agent_mmd_tool_layer_toollayer_harness_closeout__df9d1dab,validator_helpers_7b927667,node_agent_mmd_orchestration_layer_orchestration_vali_d9fe99e6,node_agent_mmd_tool_layer_toollayer_validator_core_va_6ef6131f,node_agent_mmd_memory_vector_layer_memorylayer_valida_41034356,node_agent_mmd_orchestration_layer_orchestration_type_7cf81261,node_agent_mmd_tool_layer_toollayer_types_core_types__6c8319b6,node_agent_mmd_memory_vector_layer_memorylayer_types__83f369fa,node_agent_mmd_orchestration_layer_orchestration_poli_3270b55d,node_agent_mmd_tool_layer_toollayer_policy_validators_af136abf,node_agent_mmd_memory_vector_layer_memorylayer_policy_1944de42,node_agent_mmd_tool_layer_toollayer_command_registry__cce57abe,node_agent_mmd_memory_vector_layer_memorylayer_comman_362247bb,node_agent_mmd_orchestration_layer_orchestration_modu_72373e29,node_agent_mmd_tool_layer_toollayer_module_boundaries_fecf90b5,node_agent_mmd_memory_vector_layer_memorylayer_module_9bfd18b1,node_agent_mmd_tool_layer_toollayer_command_capabilit_e97a4615,node_agent_mmd_memory_vector_layer_memorylayer_comman_c72a5d05,command_capabilities_a4d5c71e toolNode
+   class node_agent_mmd_orchestration_layer_orchestration_coll_37781291,node_agent_mmd_tool_layer_toollayer_collect_observed__f30f627d,verify_work_test_0e12f6c5,node_agent_mmd_orchestration_layer_orchestration_revi_ae9f100c,node_agent_mmd_tool_layer_toollayer_review_gate_test__548e6c28,node_agent_mmd_memory_vector_layer_memorylayer_review_e0e0b257,node_agent_mmd_tool_layer_toollayer_review_gate_core__7704598b,node_agent_mmd_memory_vector_layer_memorylayer_review_5bee9816,remediate_test_6f59cafe,node_agent_mmd_orchestration_layer_orchestration_reme_359fe98f,node_agent_mmd_llm_model_layer_llmlayer_remediate_run_9e3d4585,node_agent_mmd_tool_layer_toollayer_remediate_runner__c003b871,remediate_cli_output_cc165396,pr_closeout_test_1_be1a0df1,policy_gate_213f7313,next_blocked_decisions_4140ad2b,node_agent_mmd_orchestration_layer_orchestration_lear_5a2a5b08,node_agent_mmd_tool_layer_toollayer_learnings_test_le_d61f175f,node_agent_mmd_orchestration_layer_orchestration_init_daf6ae1b,node_agent_mmd_tool_layer_toollayer_init_test_init_te_ae014ee3,node_agent_mmd_memory_vector_layer_memorylayer_init_t_bac0fb9d,doctor_test_e032e8b5,doctor_tool_checks_4acac51a,doctor_github_tool_checks_a53b0382,doctor_checks_5a2eb2b9,node_agent_mmd_orchestration_layer_orchestration_docs_22c7ae60,node_agent_mmd_tool_layer_toollayer_docs_gate_test_do_ca0c4c21,node_agent_mmd_memory_vector_layer_memorylayer_docs_g_2ab7a620,node_agent_mmd_tool_layer_toollayer_ci_migrate_core_c_049f8460,node_agent_mmd_memory_vector_layer_memorylayer_ci_mig_0cd5b1a4,types_4_822d0f88,node_agent_mmd_orchestration_layer_orchestration_orch_af4e7416,node_agent_mmd_tool_layer_toollayer_orchestrator_test_b563c528,node_agent_mmd_orchestration_layer_orchestration_tool_cc43149f,node_agent_mmd_tool_layer_toollayer_tooling_baseline__61e66e9f,node_agent_mmd_memory_vector_layer_memorylayer_toolin_14f86b00,tooling_baseline_test_d272ddb6,normalise_test_73e8a615,normalise_renderer_85f2e563,normalise_he_phase_exit_test_1788efc4,node_agent_mmd_tool_layer_toollayer_validator_validat_96a84a52,node_agent_mmd_memory_vector_layer_memorylayer_valida_1b167f63,node_agent_mmd_tool_layer_toollayer_metrics_tracker_m_4c9237d8,node_agent_mmd_memory_vector_layer_memorylayer_metric_12562178,node_agent_mmd_tool_layer_toollayer_metrics_tracker_t_8947b778,node_agent_mmd_memory_vector_layer_memorylayer_metric_74129788,evaluation_engine_core_e054fe49,scaffold_shell_quality_test_79567d03,scaffold_release_private_npm_template_075499f8,scaffold_github_actions_pr_pipeline_template_e2b85f62,scaffold_github_actions_pr_pipeline_template_test_be464a7b,scaffold_github_actions_pr_pipeline_renderer_1ee18de5,scaffold_github_actions_pr_pipeline_renderer_test_2cc38272,node_agent_mmd_orchestration_layer_orchestration_scaf_c9a90c2f,node_agent_mmd_tool_layer_toollayer_scaffold_environm_c1afc013,node_agent_mmd_memory_vector_layer_memorylayer_scaffo_12b42341,node_agent_mmd_orchestration_layer_orchestration_scaf_78d57a93,node_agent_mmd_tool_layer_toollayer_scaffold_environm_1a8f8168,scaffold_config_templates_4b80ce53,scaffold_codex_environment_templates_334fbbed,scaffold_ci_templates_2afd6392,init_output_360dce91,pr_creator_dc6b1ea4,client_1_914e1681,observed_skill_usage_ed7d5930,observed_skill_usage_test_311c215a,ralph_runtime_73d63c0e,closure_evidence_aaa31467,validator_helpers_7b927667,node_agent_mmd_orchestration_layer_orchestration_vali_d9fe99e6,node_agent_mmd_tool_layer_toollayer_validator_core_va_6ef6131f,node_agent_mmd_memory_vector_layer_memorylayer_valida_41034356,node_agent_mmd_orchestration_layer_orchestration_type_7cf81261,node_agent_mmd_tool_layer_toollayer_types_core_types__6c8319b6,node_agent_mmd_memory_vector_layer_memorylayer_types__83f369fa,node_agent_mmd_orchestration_layer_orchestration_poli_3270b55d,node_agent_mmd_tool_layer_toollayer_policy_validators_af136abf,node_agent_mmd_memory_vector_layer_memorylayer_policy_1944de42,node_agent_mmd_orchestration_layer_orchestration_he_p_fc778c24,node_agent_mmd_tool_layer_toollayer_he_phase_exit_cor_af016160,node_agent_mmd_orchestration_layer_orchestration_harn_7761fad1,node_agent_mmd_tool_layer_toollayer_harness_closeout__df9d1dab,node_agent_mmd_orchestration_layer_orchestration_modu_72373e29,node_agent_mmd_tool_layer_toollayer_module_boundaries_fecf90b5,node_agent_mmd_memory_vector_layer_memorylayer_module_9bfd18b1,node_agent_mmd_tool_layer_toollayer_command_registry__cce57abe,node_agent_mmd_memory_vector_layer_memorylayer_comman_362247bb,node_agent_mmd_tool_layer_toollayer_command_capabilit_e97a4615,node_agent_mmd_memory_vector_layer_memorylayer_comman_c72a5d05,command_capabilities_a4d5c71e toolNode
  classDef memNode fill:#555,color:#fff
-   class node_agent_mmd_llm_model_layer_llmlayer_cli_dispatch__7ecbc6e7,node_agent_mmd_memory_vector_layer_memorylayer_cli_di_c121353b,run_local_memory_preflight_36e92808,run_local_memory_preflight_test_1d7c5aa0,pr_template_validator_test_569b1cef,node_agent_mmd_orchestration_layer_orchestration_tool_5f9f8adf,node_agent_mmd_memory_vector_layer_memorylayer_toolin_48be0fc9,node_agent_mmd_orchestration_layer_orchestration_tool_acfe0c01,node_agent_mmd_memory_vector_layer_memorylayer_toolin_a1185b8f,node_agent_mmd_llm_model_layer_llmlayer_search_search_66b9a911,node_agent_mmd_memory_vector_layer_memorylayer_search_ac35cb7e,node_agent_mmd_llm_model_layer_llmlayer_search_test_s_72d50705,node_agent_mmd_memory_vector_layer_memorylayer_search_ebbe6c53,node_agent_mmd_orchestration_layer_orchestration_revi_ae9f100c,node_agent_mmd_tool_layer_toollayer_review_gate_test__548e6c28,node_agent_mmd_memory_vector_layer_memorylayer_review_e0e0b257,node_agent_mmd_tool_layer_toollayer_review_gate_core__7704598b,node_agent_mmd_memory_vector_layer_memorylayer_review_5bee9816,review_context_ca6cf81d,node_agent_mmd_orchestration_layer_orchestration_revi_84f25e5b,node_agent_mmd_memory_vector_layer_memorylayer_review_3255d3cf,node_agent_mmd_orchestration_layer_orchestration_refr_10a87984,node_agent_mmd_memory_vector_layer_memorylayer_refres_b1a0f415,pattern_scope_siblings_43abe000,memory_gate_a577a506,local_memory_preflight_dcc36c42,local_memory_preflight_test_5e323bbf,node_agent_mmd_orchestration_layer_orchestration_init_daf6ae1b,node_agent_mmd_tool_layer_toollayer_init_test_init_te_ae014ee3,node_agent_mmd_memory_vector_layer_memorylayer_init_t_bac0fb9d,node_agent_mmd_llm_model_layer_llmlayer_index_context_1041bd11,node_agent_mmd_memory_vector_layer_memorylayer_index__6f3402d0,node_agent_mmd_llm_model_layer_llmlayer_index_context_7e927b45,node_agent_mmd_memory_vector_layer_memorylayer_index__46fc46d7,node_agent_mmd_orchestration_layer_orchestration_docs_22c7ae60,node_agent_mmd_tool_layer_toollayer_docs_gate_test_do_ca0c4c21,node_agent_mmd_memory_vector_layer_memorylayer_docs_g_2ab7a620,docs_gate_core_eb9b6c18,node_agent_mmd_llm_model_layer_llmlayer_context_conte_ad2dfbd9,node_agent_mmd_memory_vector_layer_memorylayer_contex_78ceaaa9,node_agent_mmd_llm_model_layer_llmlayer_context_test__32277db3,node_agent_mmd_memory_vector_layer_memorylayer_contex_4e7cab00,context_integrity_acceptance_test_59f961b1,context_health_80bb7da9,context_health_test_3b5b87f3,node_agent_mmd_orchestration_layer_orchestration_ci_m_a6704d8b,node_agent_mmd_memory_vector_layer_memorylayer_ci_mig_df76706f,node_agent_mmd_tool_layer_toollayer_ci_migrate_core_c_049f8460,node_agent_mmd_memory_vector_layer_memorylayer_ci_mig_0cd5b1a4,check_diagram_freshness_test_c1dc40aa,branch_protect_core_a8feb0fd,node_agent_mmd_orchestration_layer_orchestration_brai_9c019b6e,node_agent_mmd_memory_vector_layer_memorylayer_brain__80b5ea48,node_agent_mmd_orchestration_layer_orchestration_agen_eb715f44,node_agent_mmd_memory_vector_layer_memorylayer_agent__6f084ab8,overload_guard_2748c559,overload_guard_test_6ece9f86,types_3_9675d69b,node_agent_mmd_orchestration_layer_orchestration_sugg_85c5ebe3,node_agent_mmd_memory_vector_layer_memorylayer_sugges_267f408d,node_agent_mmd_orchestration_layer_orchestration_sugg_d0ad9d8e,node_agent_mmd_memory_vector_layer_memorylayer_sugges_b043d150,performance_overload_c685bfcf,local_memory_0db17ecc,local_memory_smoke_1175abfc,types_8_f6283648,claim_helpers_20dc8387,node_agent_mmd_orchestration_layer_orchestration_tool_cc43149f,node_agent_mmd_tool_layer_toollayer_tooling_baseline__61e66e9f,node_agent_mmd_memory_vector_layer_memorylayer_toolin_14f86b00,node_agent_mmd_orchestration_layer_orchestration_clas_899b821a,node_agent_mmd_memory_vector_layer_memorylayer_classi_1ebbf5ff,node_agent_mmd_orchestration_layer_orchestration_clas_402e0b3f,node_agent_mmd_memory_vector_layer_memorylayer_classi_58e617e7,node_agent_mmd_tool_layer_toollayer_validator_validat_96a84a52,node_agent_mmd_memory_vector_layer_memorylayer_valida_1b167f63,validator_test_1_c5015ca0,types_12_2b09659a,node_agent_mmd_tool_layer_toollayer_metrics_tracker_m_4c9237d8,node_agent_mmd_memory_vector_layer_memorylayer_metric_12562178,node_agent_mmd_tool_layer_toollayer_metrics_tracker_t_8947b778,node_agent_mmd_memory_vector_layer_memorylayer_metric_74129788,branch_enforcer_acb749cd,review_context_1_e3afed15,index_2_10143590,eval_seed_5699fd3e,workflow_contract_scripts_test_681e2e3c,scaffold_workflow_template_92310587,node_agent_mmd_orchestration_layer_orchestration_scaf_ff8f92f6,node_agent_mmd_memory_vector_layer_memorylayer_scaffo_a86eece1,scaffold_surfaces_12d6494e,scaffold_shell_templates_0ad0f915,scaffold_script_template_registry_69312d4e,scaffold_script_template_registry_test_6a8ebefe,scaffold_root_command_templates_404fed7f,scaffold_root_command_templates_test_14596939,node_agent_mmd_orchestration_layer_orchestration_scaf_c9a90c2f,node_agent_mmd_tool_layer_toollayer_scaffold_environm_c1afc013,node_agent_mmd_memory_vector_layer_memorylayer_scaffo_12b42341,node_agent_mmd_orchestration_layer_orchestration_scaf_12cc07db,node_agent_mmd_memory_vector_layer_memorylayer_scaffo_5fd73b94,scaffold_diagram_templates_dd88e83c,scaffold_diagram_templates_test_f3774c28,node_agent_mmd_orchestration_layer_orchestration_proj_6ab6f60f,node_agent_mmd_memory_vector_layer_memorylayer_projec_3ae304d9,node_agent_mmd_orchestration_layer_orchestration_proj_d78b2f4f,node_agent_mmd_memory_vector_layer_memorylayer_projec_6048335b,node_agent_mmd_orchestration_layer_orchestration_init_2a9c3ecb,node_agent_mmd_memory_vector_layer_memorylayer_init_m_333d02c5,codex_preflight_symlink_test_037558db,harness_decision_test_7e5a4fe5,types_18_37582e2a,node_agent_mmd_llm_model_layer_llmlayer_sync_contract_9f3cc8c1,node_agent_mmd_memory_vector_layer_memorylayer_sync_c_e43418bc,sync_contract_test_5dc3165c,store_824d80d7,sources_1_e133d97d,rollout_a4fa034c,node_agent_mmd_llm_model_layer_llmlayer_ollama_ollama_968b23fa,node_agent_mmd_memory_vector_layer_memorylayer_ollama_6d51be16,node_agent_mmd_llm_model_layer_llmlayer_ollama_test_o_d62a0b5a,node_agent_mmd_memory_vector_layer_memorylayer_ollama_d800c0c4,lexical_fallback_723e2b3e,init_error_5c7dd49f,node_agent_mmd_llm_model_layer_llmlayer_indexer_index_4f4deef5,node_agent_mmd_memory_vector_layer_memorylayer_indexe_93e6d86f,indexer_test_d492f0aa,node_agent_mmd_llm_model_layer_llmlayer_index_index_1_02e160ff,node_agent_mmd_memory_vector_layer_memorylayer_index__752bc61e,context_compact_policy_3dcaf95d,context_compact_policy_test_da148267,node_agent_mmd_llm_model_layer_llmlayer_constants_con_c9bd3f6c,node_agent_mmd_memory_vector_layer_memorylayer_consta_702d3f46,constants_test_5492ae98,node_agent_mmd_orchestration_layer_orchestration_vali_a3b17e45,node_agent_mmd_memory_vector_layer_memorylayer_valida_caacfcdf,node_agent_mmd_orchestration_layer_orchestration_vali_d9fe99e6,node_agent_mmd_tool_layer_toollayer_validator_core_va_6ef6131f,node_agent_mmd_memory_vector_layer_memorylayer_valida_41034356,node_agent_mmd_orchestration_layer_orchestration_type_7cf81261,node_agent_mmd_tool_layer_toollayer_types_core_types__6c8319b6,node_agent_mmd_memory_vector_layer_memorylayer_types__83f369fa,node_agent_mmd_orchestration_layer_orchestration_poli_3270b55d,node_agent_mmd_tool_layer_toollayer_policy_validators_af136abf,node_agent_mmd_memory_vector_layer_memorylayer_policy_1944de42,loader_test_03424671,json_schema_core_96d7e328,index_6_fc9e91e2,harness_run_context_ac7c77a9,harness_run_context_test_c6937fed,node_agent_mmd_tool_layer_toollayer_command_registry__cce57abe,node_agent_mmd_memory_vector_layer_memorylayer_comman_362247bb,branch_protect_sync_570adb18,node_agent_mmd_orchestration_layer_orchestration_modu_72373e29,node_agent_mmd_tool_layer_toollayer_module_boundaries_fecf90b5,node_agent_mmd_memory_vector_layer_memorylayer_module_9bfd18b1,review_gate_command_spec_3187376a,local_memory_preflight_command_spec_9e23f3ce,node_agent_mmd_orchestration_layer_orchestration_comm_a137ef0a,node_agent_mmd_memory_vector_layer_memorylayer_comman_d36d1650,node_agent_mmd_orchestration_layer_orchestration_comm_1f8cc24c,node_agent_mmd_llm_model_layer_llmlayer_command_specs_782af9fa,node_agent_mmd_memory_vector_layer_memorylayer_comman_111eb454,node_agent_mmd_tool_layer_toollayer_command_capabilit_e97a4615,node_agent_mmd_memory_vector_layer_memorylayer_comman_c72a5d05 memNode
+   class node_agent_mmd_llm_model_layer_llmlayer_cli_dispatch__7ecbc6e7,node_agent_mmd_memory_vector_layer_memorylayer_cli_di_c121353b,run_local_memory_preflight_36e92808,run_local_memory_preflight_test_1d7c5aa0,pr_template_validator_test_569b1cef,node_agent_mmd_orchestration_layer_orchestration_tool_5f9f8adf,node_agent_mmd_memory_vector_layer_memorylayer_toolin_48be0fc9,node_agent_mmd_orchestration_layer_orchestration_tool_acfe0c01,node_agent_mmd_memory_vector_layer_memorylayer_toolin_a1185b8f,node_agent_mmd_llm_model_layer_llmlayer_search_search_66b9a911,node_agent_mmd_memory_vector_layer_memorylayer_search_ac35cb7e,node_agent_mmd_llm_model_layer_llmlayer_search_test_s_72d50705,node_agent_mmd_memory_vector_layer_memorylayer_search_ebbe6c53,node_agent_mmd_orchestration_layer_orchestration_revi_ae9f100c,node_agent_mmd_tool_layer_toollayer_review_gate_test__548e6c28,node_agent_mmd_memory_vector_layer_memorylayer_review_e0e0b257,node_agent_mmd_tool_layer_toollayer_review_gate_core__7704598b,node_agent_mmd_memory_vector_layer_memorylayer_review_5bee9816,review_context_ca6cf81d,node_agent_mmd_orchestration_layer_orchestration_revi_84f25e5b,node_agent_mmd_memory_vector_layer_memorylayer_review_3255d3cf,node_agent_mmd_orchestration_layer_orchestration_refr_10a87984,node_agent_mmd_memory_vector_layer_memorylayer_refres_b1a0f415,pattern_scope_siblings_43abe000,memory_gate_a577a506,local_memory_preflight_dcc36c42,local_memory_preflight_test_5e323bbf,node_agent_mmd_orchestration_layer_orchestration_init_daf6ae1b,node_agent_mmd_tool_layer_toollayer_init_test_init_te_ae014ee3,node_agent_mmd_memory_vector_layer_memorylayer_init_t_bac0fb9d,node_agent_mmd_llm_model_layer_llmlayer_index_context_1041bd11,node_agent_mmd_memory_vector_layer_memorylayer_index__6f3402d0,node_agent_mmd_llm_model_layer_llmlayer_index_context_7e927b45,node_agent_mmd_memory_vector_layer_memorylayer_index__46fc46d7,node_agent_mmd_orchestration_layer_orchestration_docs_22c7ae60,node_agent_mmd_tool_layer_toollayer_docs_gate_test_do_ca0c4c21,node_agent_mmd_memory_vector_layer_memorylayer_docs_g_2ab7a620,docs_gate_core_eb9b6c18,node_agent_mmd_llm_model_layer_llmlayer_context_conte_ad2dfbd9,node_agent_mmd_memory_vector_layer_memorylayer_contex_78ceaaa9,node_agent_mmd_llm_model_layer_llmlayer_context_test__32277db3,node_agent_mmd_memory_vector_layer_memorylayer_contex_4e7cab00,context_integrity_acceptance_test_59f961b1,context_health_80bb7da9,context_health_test_3b5b87f3,node_agent_mmd_orchestration_layer_orchestration_ci_m_a6704d8b,node_agent_mmd_memory_vector_layer_memorylayer_ci_mig_df76706f,node_agent_mmd_tool_layer_toollayer_ci_migrate_core_c_049f8460,node_agent_mmd_memory_vector_layer_memorylayer_ci_mig_0cd5b1a4,check_diagram_freshness_test_c1dc40aa,branch_protect_core_a8feb0fd,node_agent_mmd_orchestration_layer_orchestration_brai_9c019b6e,node_agent_mmd_memory_vector_layer_memorylayer_brain__80b5ea48,node_agent_mmd_orchestration_layer_orchestration_agen_eb715f44,node_agent_mmd_memory_vector_layer_memorylayer_agent__6f084ab8,overload_guard_2748c559,overload_guard_test_6ece9f86,types_2_d9bc6e7a,performance_overload_c685bfcf,local_memory_0db17ecc,local_memory_smoke_1175abfc,node_agent_mmd_orchestration_layer_orchestration_sugg_85c5ebe3,node_agent_mmd_memory_vector_layer_memorylayer_sugges_267f408d,node_agent_mmd_orchestration_layer_orchestration_sugg_d0ad9d8e,node_agent_mmd_memory_vector_layer_memorylayer_sugges_b043d150,types_7_2f1ed65e,claim_helpers_20dc8387,node_agent_mmd_orchestration_layer_orchestration_tool_cc43149f,node_agent_mmd_tool_layer_toollayer_tooling_baseline__61e66e9f,node_agent_mmd_memory_vector_layer_memorylayer_toolin_14f86b00,node_agent_mmd_orchestration_layer_orchestration_clas_899b821a,node_agent_mmd_memory_vector_layer_memorylayer_classi_1ebbf5ff,node_agent_mmd_orchestration_layer_orchestration_clas_402e0b3f,node_agent_mmd_memory_vector_layer_memorylayer_classi_58e617e7,node_agent_mmd_tool_layer_toollayer_validator_validat_96a84a52,node_agent_mmd_memory_vector_layer_memorylayer_valida_1b167f63,validator_test_1_c5015ca0,types_11_4be3ee64,node_agent_mmd_tool_layer_toollayer_metrics_tracker_m_4c9237d8,node_agent_mmd_memory_vector_layer_memorylayer_metric_12562178,node_agent_mmd_tool_layer_toollayer_metrics_tracker_t_8947b778,node_agent_mmd_memory_vector_layer_memorylayer_metric_74129788,branch_enforcer_acb749cd,review_context_1_e3afed15,index_2_10143590,eval_seed_5699fd3e,workflow_contract_scripts_test_681e2e3c,scaffold_workflow_template_92310587,node_agent_mmd_orchestration_layer_orchestration_scaf_ff8f92f6,node_agent_mmd_memory_vector_layer_memorylayer_scaffo_a86eece1,scaffold_surfaces_12d6494e,scaffold_shell_templates_0ad0f915,scaffold_script_template_registry_69312d4e,scaffold_script_template_registry_test_6a8ebefe,scaffold_root_command_templates_404fed7f,scaffold_root_command_templates_test_14596939,node_agent_mmd_orchestration_layer_orchestration_scaf_c9a90c2f,node_agent_mmd_tool_layer_toollayer_scaffold_environm_c1afc013,node_agent_mmd_memory_vector_layer_memorylayer_scaffo_12b42341,node_agent_mmd_orchestration_layer_orchestration_scaf_12cc07db,node_agent_mmd_memory_vector_layer_memorylayer_scaffo_5fd73b94,scaffold_diagram_templates_dd88e83c,scaffold_diagram_templates_test_f3774c28,node_agent_mmd_orchestration_layer_orchestration_proj_6ab6f60f,node_agent_mmd_memory_vector_layer_memorylayer_projec_3ae304d9,node_agent_mmd_orchestration_layer_orchestration_proj_d78b2f4f,node_agent_mmd_memory_vector_layer_memorylayer_projec_6048335b,node_agent_mmd_orchestration_layer_orchestration_init_2a9c3ecb,node_agent_mmd_memory_vector_layer_memorylayer_init_m_333d02c5,codex_preflight_symlink_test_037558db,node_agent_mmd_orchestration_layer_orchestration_vali_a3b17e45,node_agent_mmd_memory_vector_layer_memorylayer_valida_caacfcdf,node_agent_mmd_orchestration_layer_orchestration_vali_d9fe99e6,node_agent_mmd_tool_layer_toollayer_validator_core_va_6ef6131f,node_agent_mmd_memory_vector_layer_memorylayer_valida_41034356,node_agent_mmd_orchestration_layer_orchestration_type_7cf81261,node_agent_mmd_tool_layer_toollayer_types_core_types__6c8319b6,node_agent_mmd_memory_vector_layer_memorylayer_types__83f369fa,node_agent_mmd_orchestration_layer_orchestration_poli_3270b55d,node_agent_mmd_tool_layer_toollayer_policy_validators_af136abf,node_agent_mmd_memory_vector_layer_memorylayer_policy_1944de42,loader_test_03424671,json_schema_core_96d7e328,index_5_522f772a,harness_run_context_ac7c77a9,harness_run_context_test_c6937fed,harness_decision_test_7e5a4fe5,types_19_eb4ad5f0,node_agent_mmd_llm_model_layer_llmlayer_sync_contract_9f3cc8c1,node_agent_mmd_memory_vector_layer_memorylayer_sync_c_e43418bc,sync_contract_test_5dc3165c,store_824d80d7,sources_1_e133d97d,rollout_a4fa034c,node_agent_mmd_llm_model_layer_llmlayer_ollama_ollama_968b23fa,node_agent_mmd_memory_vector_layer_memorylayer_ollama_6d51be16,node_agent_mmd_llm_model_layer_llmlayer_ollama_test_o_d62a0b5a,node_agent_mmd_memory_vector_layer_memorylayer_ollama_d800c0c4,lexical_fallback_723e2b3e,init_error_5c7dd49f,node_agent_mmd_llm_model_layer_llmlayer_indexer_index_4f4deef5,node_agent_mmd_memory_vector_layer_memorylayer_indexe_93e6d86f,indexer_test_d492f0aa,node_agent_mmd_llm_model_layer_llmlayer_index_index_1_02e160ff,node_agent_mmd_memory_vector_layer_memorylayer_index__752bc61e,context_compact_policy_3dcaf95d,context_compact_policy_test_da148267,node_agent_mmd_llm_model_layer_llmlayer_constants_con_c9bd3f6c,node_agent_mmd_memory_vector_layer_memorylayer_consta_702d3f46,constants_test_5492ae98,branch_protect_sync_570adb18,node_agent_mmd_orchestration_layer_orchestration_modu_72373e29,node_agent_mmd_tool_layer_toollayer_module_boundaries_fecf90b5,node_agent_mmd_memory_vector_layer_memorylayer_module_9bfd18b1,node_agent_mmd_tool_layer_toollayer_command_registry__cce57abe,node_agent_mmd_memory_vector_layer_memorylayer_comman_362247bb,review_gate_command_spec_3187376a,local_memory_preflight_command_spec_9e23f3ce,node_agent_mmd_orchestration_layer_orchestration_comm_a137ef0a,node_agent_mmd_memory_vector_layer_memorylayer_comman_d36d1650,node_agent_mmd_orchestration_layer_orchestration_comm_1f8cc24c,node_agent_mmd_llm_model_layer_llmlayer_command_specs_782af9fa,node_agent_mmd_memory_vector_layer_memorylayer_comman_111eb454,node_agent_mmd_tool_layer_toollayer_command_capabilit_e97a4615,node_agent_mmd_memory_vector_layer_memorylayer_comman_c72a5d05 memNode
